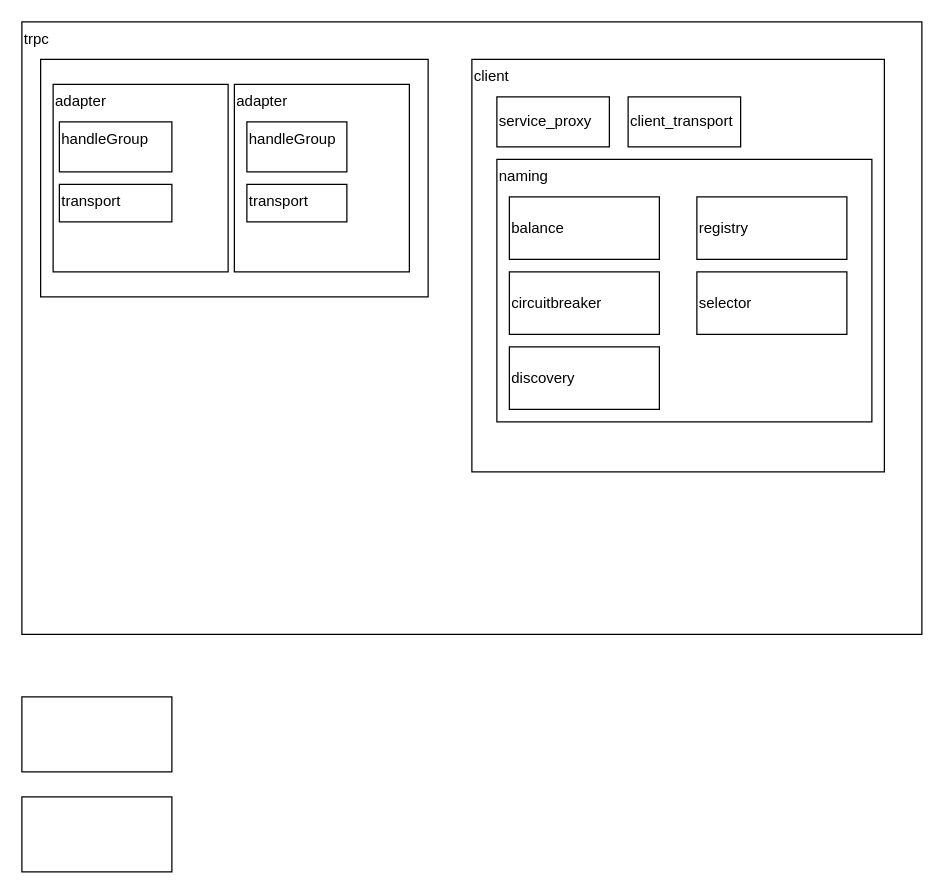
The draw.io diagram page "client-server" (1 of 2) of trpc.drawio in wilebeast/-SSH, before the edit. Source tidied: cells renumbered, new cells numbered last; positions are measured from the earlier drawing's top-left corner, leaving out a move shared by most shapes. Both pictures are drawn from the tidied source at 125%, with x=0, y=0 at pixel (21, 21).
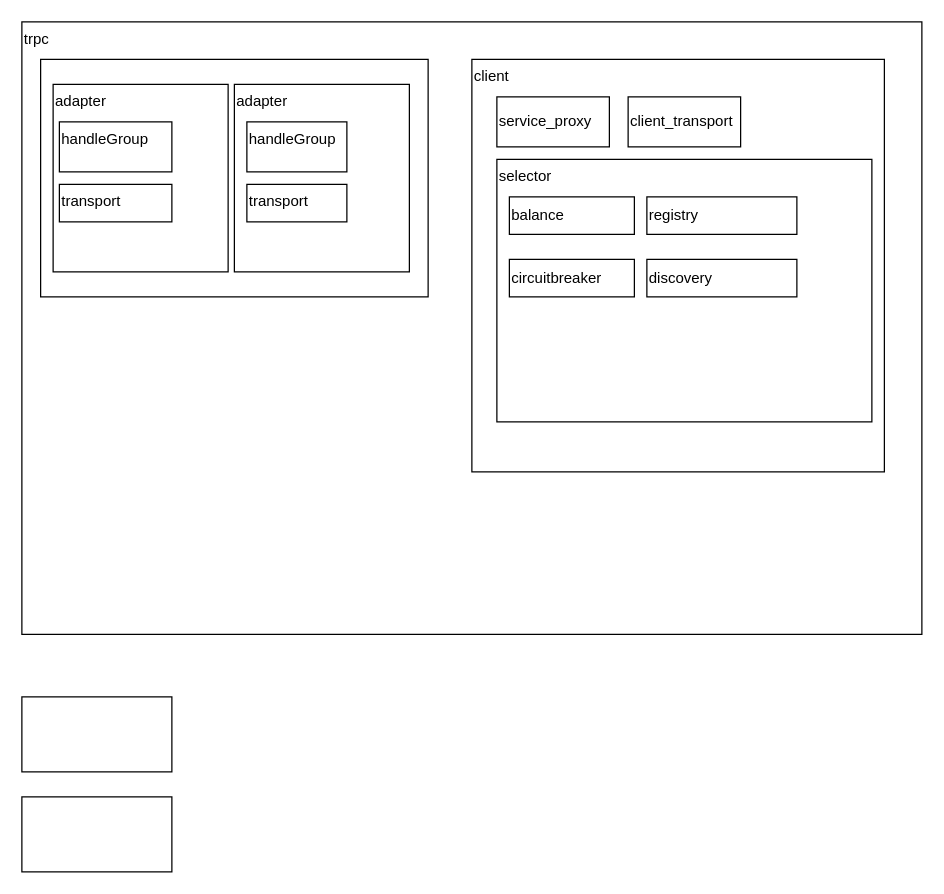
The same page after the edit.

Diff of the diagram source:
```diff
@@
-    <mxCell id="13" value="naming" style="rounded=0;whiteSpace=wrap;html=1;align=left;verticalAlign=top;" parent="1" vertex="1">
+    <mxCell id="13" value="selector" style="rounded=0;whiteSpace=wrap;html=1;align=left;verticalAlign=top;" parent="1" vertex="1">
       <mxGeometry x="380" y="110" width="300" height="210" as="geometry" />
     </mxCell>
     <mxCell id="14" value="balance" style="rounded=0;whiteSpace=wrap;html=1;align=left;" parent="1" vertex="1">
-      <mxGeometry x="390" y="140" width="120" height="50" as="geometry" />
+      <mxGeometry x="390" y="140" width="100" height="30" as="geometry" />
     </mxCell>
     <mxCell id="15" value="circuitbreaker" style="rounded=0;whiteSpace=wrap;html=1;align=left;" parent="1" vertex="1">
-      <mxGeometry x="390" y="200" width="120" height="50" as="geometry" />
+      <mxGeometry x="390" y="190" width="100" height="30" as="geometry" />
     </mxCell>
     <mxCell id="16" value="discovery" style="rounded=0;whiteSpace=wrap;html=1;align=left;" parent="1" vertex="1">
-      <mxGeometry x="390" y="260" width="120" height="50" as="geometry" />
+      <mxGeometry x="500" y="190" width="120" height="30" as="geometry" />
     </mxCell>
     <mxCell id="17" value="registry" style="rounded=0;whiteSpace=wrap;html=1;align=left;" parent="1" vertex="1">
-      <mxGeometry x="540" y="140" width="120" height="50" as="geometry" />
+      <mxGeometry x="500" y="140" width="120" height="30" as="geometry" />
     </mxCell>
-    <mxCell id="18" value="selector" style="rounded=0;whiteSpace=wrap;html=1;align=left;" parent="1" vertex="1">
-      <mxGeometry x="540" y="200" width="120" height="50" as="geometry" />
-    </mxCell>
```
